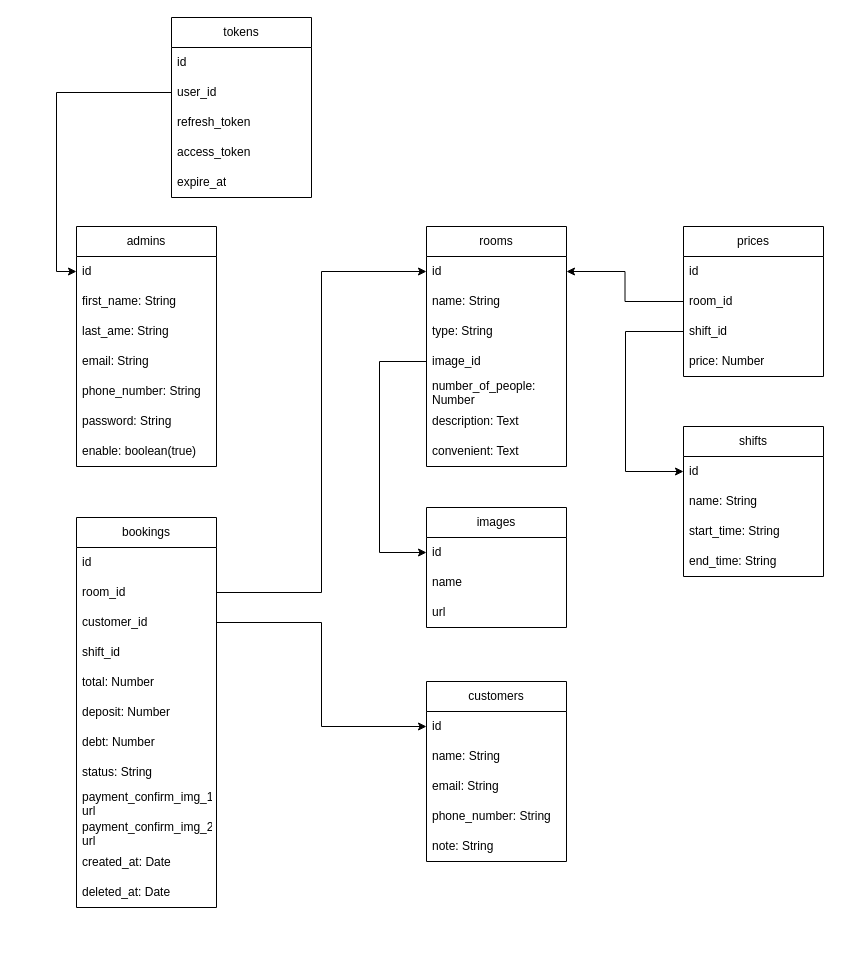
Khanh-BangPham/Diagram-Store keeps this draw.io diagram as Hôme nào.drawio. Above is the earlier version. Source tidied: cells renumbered, new cells numbered last; positions are measured from the earlier drawing's top-left corner, leaving out a move shared by most shapes. Both pictures are drawn from the tidied source at 100%, with x=0, y=0 at pixel (76, 17).
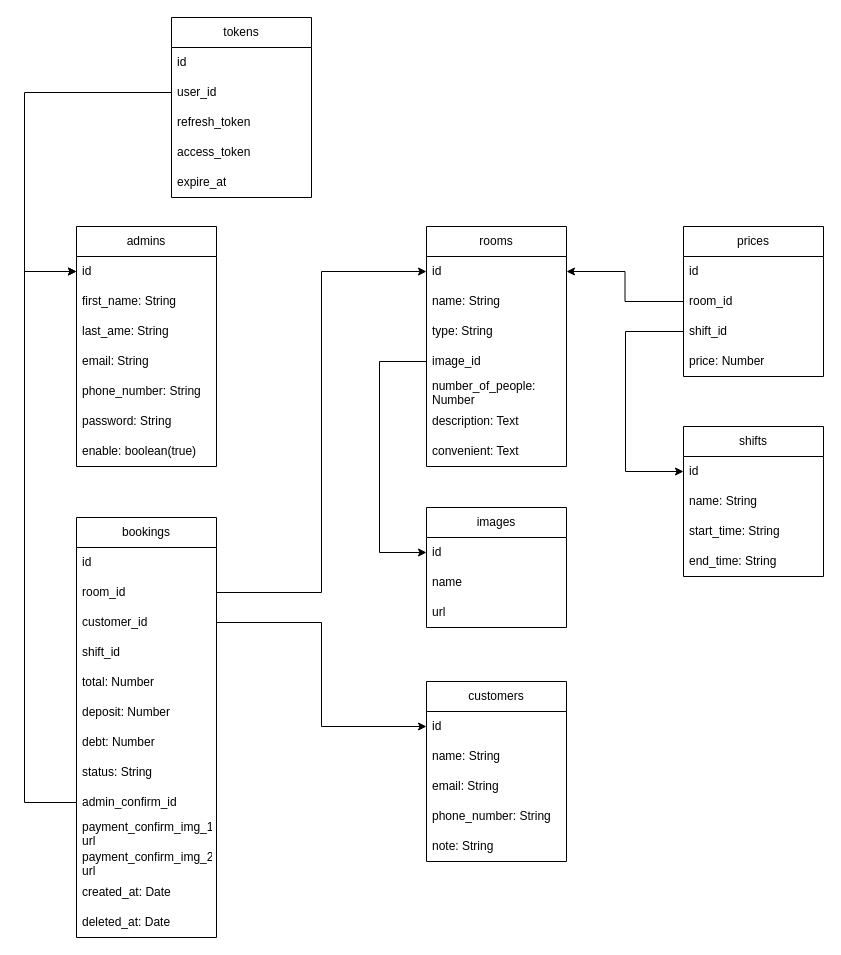
The same diagram, later.

Commit message:
Cập nhật Hôme nào.drawio

Unchanged cells that the change refers to:
```xml
<mxCell id="3" value="id" style="text;strokeColor=none;fillColor=none;align=left;verticalAlign=middle;spacingLeft=4;spacingRight=4;overflow=hidden;points=[[0,0.5],[1,0.5]];portConstraint=eastwest;whiteSpace=wrap;html=1;" parent="2" vertex="1">
  <mxGeometry y="30" width="140" height="30" as="geometry" />
</mxCell>
<mxCell id="12" value="user_id" style="text;strokeColor=none;fillColor=none;align=left;verticalAlign=middle;spacingLeft=4;spacingRight=4;overflow=hidden;points=[[0,0.5],[1,0.5]];portConstraint=eastwest;whiteSpace=wrap;html=1;" parent="10" vertex="1">
  <mxGeometry y="60" width="140" height="30" as="geometry" />
</mxCell>
```

The edit, as a diff of the source:
```diff
@@
     <mxCell id="40" value="bookings" style="swimlane;fontStyle=0;horizontal=1;startSize=30;whiteSpace=wrap;html=1;" parent="1" vertex="1">
-      <mxGeometry y="500" width="140" height="390" as="geometry" />
+      <mxGeometry y="500" width="140" height="420" as="geometry" />
     </mxCell>
@@
+    <mxCell id="63" value="admin_confirm_id" style="text;strokeColor=none;fillColor=none;align=left;verticalAlign=middle;spacingLeft=4;spacingRight=4;overflow=hidden;points=[[0,0.5],[1,0.5]];portConstraint=eastwest;whiteSpace=wrap;html=1;" parent="40" vertex="1">
+      <mxGeometry y="270" width="140" height="30" as="geometry" />
+    </mxCell>
     <mxCell id="49" value="payment_confirm_img_1: url" style="text;strokeColor=none;fillColor=none;align=left;verticalAlign=middle;spacingLeft=4;spacingRight=4;overflow=hidden;whiteSpace=wrap;html=1;" parent="40" vertex="1">
-      <mxGeometry y="270" width="140" height="30" as="geometry" />
+      <mxGeometry y="300" width="140" height="30" as="geometry" />
     </mxCell>
     <mxCell id="50" value="payment_confirm_img_2: url" style="text;strokeColor=none;fillColor=none;align=left;verticalAlign=middle;spacingLeft=4;spacingRight=4;overflow=hidden;whiteSpace=wrap;html=1;" parent="40" vertex="1">
-      <mxGeometry y="300" width="140" height="30" as="geometry" />
+      <mxGeometry y="330" width="140" height="30" as="geometry" />
     </mxCell>
     <mxCell id="51" value="created_at: Date" style="text;strokeColor=none;fillColor=none;align=left;verticalAlign=middle;spacingLeft=4;spacingRight=4;overflow=hidden;whiteSpace=wrap;html=1;" parent="40" vertex="1">
-      <mxGeometry y="330" width="140" height="30" as="geometry" />
+      <mxGeometry y="360" width="140" height="30" as="geometry" />
     </mxCell>
     <mxCell id="52" value="deleted_at: Date" style="text;strokeColor=none;fillColor=none;align=left;verticalAlign=middle;spacingLeft=4;spacingRight=4;overflow=hidden;whiteSpace=wrap;html=1;" parent="40" vertex="1">
-      <mxGeometry y="360" width="140" height="30" as="geometry" />
+      <mxGeometry y="390" width="140" height="30" as="geometry" />
     </mxCell>
     <mxCell id="53" style="edgeStyle=orthogonalEdgeStyle;rounded=0;jettySize=auto;html=1;entryX=0;entryY=0.5;entryDx=0;entryDy=0;" parent="1" edge="1" source="12" target="3">
-      <mxGeometry relative="1" as="geometry" />
+      <mxGeometry relative="1" as="geometry">
+        <Array as="points">
+          <mxPoint x="-52" y="75" />
+          <mxPoint x="-52" y="254" />
+        </Array>
+      </mxGeometry>
     </mxCell>
@@
+    <mxCell id="64" style="edgeStyle=orthogonalEdgeStyle;rounded=0;jettySize=auto;html=1;entryX=0;entryY=0.5;entryDx=0;entryDy=0;" parent="1" edge="1" source="63" target="3">
+      <mxGeometry relative="1" as="geometry">
+        <Array as="points">
+          <mxPoint x="-52" y="785" />
+          <mxPoint x="-52" y="254" />
+        </Array>
+      </mxGeometry>
+    </mxCell>
```
